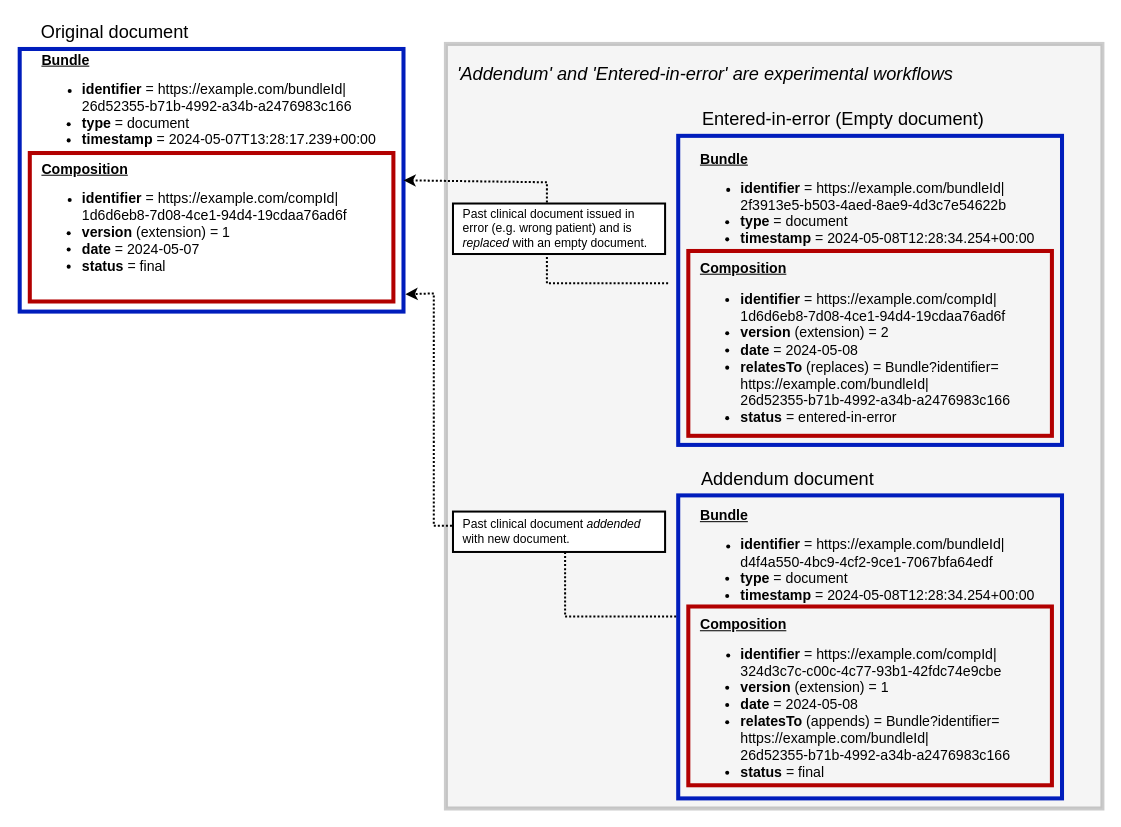
HL7/fhir-clinical-document keeps this draw.io diagram as page "sucessionMangement2" (3 of 3) of input/images/imagesRaw/FHIRclinicalDocs.drawio. Above is the earlier version. Source tidied: cells renumbered, new cells numbered last; positions are measured from the earlier drawing's top-left corner, leaving out a move shared by most shapes. Both pictures are drawn from the tidied source at 101%, with x=0, y=0 at pixel (19, 17).
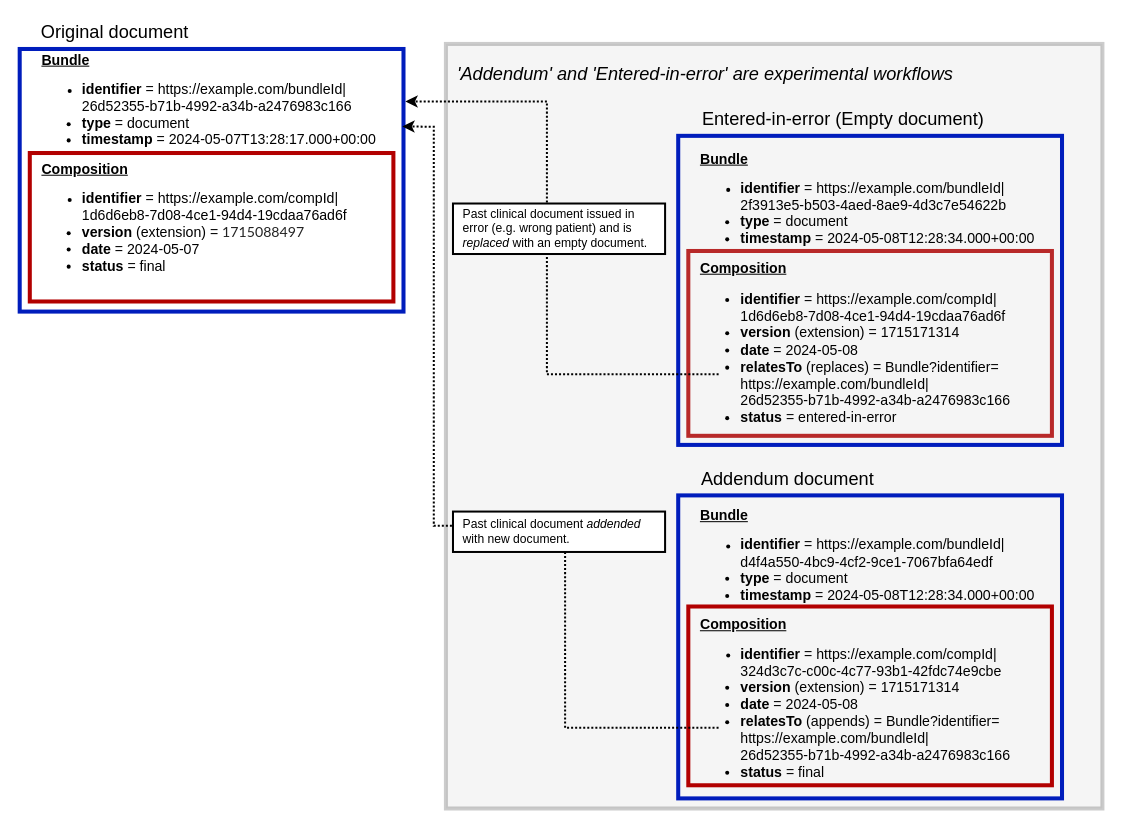
The same page after the edit.

The change refers to these unchanged cells:
```xml
<mxCell id="12" style="group;" parent="1" vertex="1">
  <mxGeometry width="390" height="293" as="geometry" />
</mxCell>
<mxCell id="13" style="rounded=0;whiteSpace=wrap;html=1;fillColor=none;strokeWidth=4;fontColor=#ffffff;strokeColor=#001DBC;" parent="12" vertex="1">
  <mxGeometry y="31" width="380" height="260" as="geometry" />
</mxCell>
```

The edit, as a diff of the source:
```diff
@@
+    <mxCell id="8" style="rounded=0;whiteSpace=wrap;html=1;fillColor=none;strokeWidth=4;fontColor=#ffffff;strokeColor=#B20000;" parent="1" vertex="1">
+      <mxGeometry x="662" y="231" width="360" height="183" as="geometry" />
+    </mxCell>
@@
-    <mxCell id="5" value="&lt;div&gt;&lt;b style=&quot;background-color: initial; font-size: 14px;&quot;&gt;&lt;u&gt;Bundle&lt;/u&gt;&lt;/b&gt;&lt;br&gt;&lt;/div&gt;&lt;div style=&quot;&quot;&gt;&lt;ul style=&quot;&quot;&gt;&lt;li style=&quot;&quot;&gt;&lt;font style=&quot;&quot;&gt;&lt;b style=&quot;font-size: 14px;&quot;&gt;identifier &lt;/b&gt;&lt;span style=&quot;font-size: 14px;&quot;&gt;= https://example.com/bundleId|&lt;/span&gt;&lt;br&gt;&lt;span style=&quot;font-size: 14px;&quot;&gt;d4f4a550-4bc9-4cf2-9ce1-7067bfa64edf&lt;/span&gt;&lt;br&gt;&lt;/font&gt;&lt;/li&gt;&lt;li style=&quot;font-size: 14px;&quot;&gt;&lt;font style=&quot;font-size: 14px;&quot;&gt;&lt;b&gt;type&lt;/b&gt; = document&lt;/font&gt;&lt;/li&gt;&lt;li style=&quot;font-size: 14px;&quot;&gt;&lt;font style=&quot;font-size: 14px;&quot;&gt;&lt;b&gt;timestamp &lt;/b&gt;=&amp;nbsp;&lt;/font&gt;2024-05-08T12:28:34.254+00:00&lt;/li&gt;&lt;/ul&gt;&lt;/div&gt;&lt;div style=&quot;font-size: 14px;&quot;&gt;&lt;b style=&quot;background-color: initial;&quot;&gt;&lt;u&gt;Composition&lt;/u&gt;&lt;/b&gt;&lt;br&gt;&lt;/div&gt;&lt;div style=&quot;&quot;&gt;&lt;ul style=&quot;&quot;&gt;&lt;li style=&quot;&quot;&gt;&lt;font style=&quot;&quot;&gt;&lt;b style=&quot;font-size: 14px;&quot;&gt;identifier&lt;/b&gt;&lt;span style=&quot;font-size: 14px;&quot;&gt; = https://example.com/compId|&lt;/span&gt;&lt;br&gt;&lt;span style=&quot;font-size: 14px;&quot;&gt;324d3c7c-c00c-4c77-93b1-42fdc74e9cbe&lt;/span&gt;&lt;br&gt;&lt;/font&gt;&lt;/li&gt;&lt;li style=&quot;font-size: 14px;&quot;&gt;&lt;font style=&quot;font-size: 14px;&quot;&gt;&lt;b&gt;version &lt;/b&gt;(extension) = 1&lt;/font&gt;&lt;/li&gt;&lt;li style=&quot;font-size: 14px;&quot;&gt;&lt;font style=&quot;font-size: 14px;&quot;&gt;&lt;b&gt;date &lt;/b&gt;= 2024-05-08&lt;/font&gt;&lt;/li&gt;&lt;li style=&quot;font-size: 14px;&quot;&gt;&lt;font style=&quot;font-size: 14px;&quot;&gt;&lt;b&gt;relatesTo &lt;/b&gt;(appends) = Bundle?identifier=&lt;br&gt;https://example.com/bundleId|&lt;br&gt;26d52355-b71b-4992-a34b-a2476983c166&lt;br&gt;&lt;/font&gt;&lt;/li&gt;&lt;li style=&quot;font-size: 14px;&quot;&gt;&lt;font style=&quot;font-size: 14px;&quot;&gt;&lt;b&gt;status &lt;/b&gt;= final&lt;/font&gt;&lt;/li&gt;&lt;/ul&gt;&lt;/div&gt;" style="text;html=1;align=left;verticalAlign=middle;points=[];strokeColor=none;fillColor=none;" parent="1" vertex="1">
+    <mxCell id="5" value="&lt;div&gt;&lt;b style=&quot;background-color: initial; font-size: 14px;&quot;&gt;&lt;u&gt;Bundle&lt;/u&gt;&lt;/b&gt;&lt;br&gt;&lt;/div&gt;&lt;div style=&quot;&quot;&gt;&lt;ul style=&quot;&quot;&gt;&lt;li style=&quot;&quot;&gt;&lt;font style=&quot;&quot;&gt;&lt;b style=&quot;font-size: 14px;&quot;&gt;identifier &lt;/b&gt;&lt;span style=&quot;font-size: 14px;&quot;&gt;= https://example.com/bundleId|&lt;/span&gt;&lt;br&gt;&lt;span style=&quot;font-size: 14px;&quot;&gt;d4f4a550-4bc9-4cf2-9ce1-7067bfa64edf&lt;/span&gt;&lt;br&gt;&lt;/font&gt;&lt;/li&gt;&lt;li style=&quot;font-size: 14px;&quot;&gt;&lt;font style=&quot;font-size: 14px;&quot;&gt;&lt;b&gt;type&lt;/b&gt; = document&lt;/font&gt;&lt;/li&gt;&lt;li style=&quot;font-size: 14px;&quot;&gt;&lt;font style=&quot;font-size: 14px;&quot;&gt;&lt;b&gt;timestamp &lt;/b&gt;=&amp;nbsp;&lt;/font&gt;2024-05-08T12:28:34.000+00:00&lt;/li&gt;&lt;/ul&gt;&lt;/div&gt;&lt;div style=&quot;font-size: 14px;&quot;&gt;&lt;b style=&quot;background-color: initial;&quot;&gt;&lt;u&gt;Composition&lt;/u&gt;&lt;/b&gt;&lt;br&gt;&lt;/div&gt;&lt;div style=&quot;&quot;&gt;&lt;ul style=&quot;&quot;&gt;&lt;li style=&quot;&quot;&gt;&lt;font style=&quot;&quot;&gt;&lt;b style=&quot;font-size: 14px;&quot;&gt;identifier&lt;/b&gt;&lt;span style=&quot;font-size: 14px;&quot;&gt; = https://example.com/compId|&lt;/span&gt;&lt;br&gt;&lt;span style=&quot;font-size: 14px;&quot;&gt;324d3c7c-c00c-4c77-93b1-42fdc74e9cbe&lt;/span&gt;&lt;br&gt;&lt;/font&gt;&lt;/li&gt;&lt;li style=&quot;font-size: 14px;&quot;&gt;&lt;font style=&quot;font-size: 14px;&quot;&gt;&lt;b&gt;version &lt;/b&gt;(extension) = 1715171314&lt;/font&gt;&lt;/li&gt;&lt;li style=&quot;font-size: 14px;&quot;&gt;&lt;font style=&quot;font-size: 14px;&quot;&gt;&lt;b&gt;date &lt;/b&gt;= 2024-05-08&lt;/font&gt;&lt;/li&gt;&lt;li style=&quot;font-size: 14px;&quot;&gt;&lt;font style=&quot;font-size: 14px;&quot;&gt;&lt;b&gt;relatesTo &lt;/b&gt;(appends) = Bundle?identifier=&lt;br&gt;https://example.com/bundleId|&lt;br&gt;26d52355-b71b-4992-a34b-a2476983c166&lt;br&gt;&lt;/font&gt;&lt;/li&gt;&lt;li style=&quot;font-size: 14px;&quot;&gt;&lt;font style=&quot;font-size: 14px;&quot;&gt;&lt;b&gt;status &lt;/b&gt;= final&lt;/font&gt;&lt;/li&gt;&lt;/ul&gt;&lt;/div&gt;" style="text;html=1;align=left;verticalAlign=middle;points=[];strokeColor=none;fillColor=none;" parent="1" vertex="1">
       <mxGeometry x="672" y="476" width="350" height="300" as="geometry" />
     </mxCell>
@@
-    <mxCell id="7" value="&lt;div&gt;&lt;b style=&quot;background-color: initial; font-size: 14px;&quot;&gt;&lt;u&gt;Bundle&lt;/u&gt;&lt;/b&gt;&lt;br&gt;&lt;/div&gt;&lt;div style=&quot;&quot;&gt;&lt;ul style=&quot;&quot;&gt;&lt;li style=&quot;&quot;&gt;&lt;font style=&quot;&quot;&gt;&lt;span style=&quot;font-size: 14px;&quot;&gt;&lt;b&gt;identifier &lt;/b&gt;= https://example.com/bundleId|&lt;/span&gt;&lt;br&gt;&lt;span style=&quot;font-size: 14px;&quot;&gt;2f3913e5-b503-4aed-8ae9-4d3c7e54622b&lt;/span&gt;&lt;br&gt;&lt;/font&gt;&lt;/li&gt;&lt;li style=&quot;font-size: 14px;&quot;&gt;&lt;font style=&quot;font-size: 14px;&quot;&gt;&lt;b&gt;type &lt;/b&gt;= document&lt;/font&gt;&lt;/li&gt;&lt;li style=&quot;font-size: 14px;&quot;&gt;&lt;font style=&quot;font-size: 14px;&quot;&gt;&lt;b&gt;timestamp &lt;/b&gt;=&amp;nbsp;&lt;/font&gt;2024-05-08T12:28:34.254+00:00&lt;/li&gt;&lt;/ul&gt;&lt;/div&gt;&lt;div style=&quot;font-size: 14px;&quot;&gt;&lt;b style=&quot;background-color: initial;&quot;&gt;&lt;u&gt;Composition&lt;/u&gt;&lt;/b&gt;&lt;br&gt;&lt;/div&gt;&lt;div style=&quot;font-size: 14px;&quot;&gt;&lt;ul style=&quot;&quot;&gt;&lt;li&gt;&lt;b&gt;identifier&amp;nbsp;&lt;/b&gt;= https://example.com/compId|&lt;br&gt;1d6d6eb8-7d08-4ce1-94d4-19cdaa76ad6f&lt;/li&gt;&lt;li&gt;&lt;b&gt;version&amp;nbsp;&lt;/b&gt;(extension) = 2&lt;/li&gt;&lt;li&gt;&lt;b&gt;date&amp;nbsp;&lt;/b&gt;= 2024-05-08&lt;/li&gt;&lt;li&gt;&lt;b&gt;relatesTo&amp;nbsp;&lt;/b&gt;(replaces) = Bundle?identifier=&lt;br&gt;https://example.com/bundleId|&lt;br&gt;26d52355-b71b-4992-a34b-a2476983c166&lt;/li&gt;&lt;li&gt;&lt;span style=&quot;background-color: initial;&quot;&gt;&lt;b&gt;status&amp;nbsp;&lt;/b&gt;=&amp;nbsp;&lt;/span&gt;entered-in-error&lt;/li&gt;&lt;/ul&gt;&lt;/div&gt;" style="text;html=1;align=left;verticalAlign=middle;strokeColor=none;fillColor=none;" parent="1" vertex="1">
+    <mxCell id="7" value="&lt;div&gt;&lt;b style=&quot;background-color: initial; font-size: 14px;&quot;&gt;&lt;u&gt;Bundle&lt;/u&gt;&lt;/b&gt;&lt;br&gt;&lt;/div&gt;&lt;div style=&quot;&quot;&gt;&lt;ul style=&quot;&quot;&gt;&lt;li style=&quot;&quot;&gt;&lt;font style=&quot;&quot;&gt;&lt;span style=&quot;font-size: 14px;&quot;&gt;&lt;b&gt;identifier &lt;/b&gt;= https://example.com/bundleId|&lt;/span&gt;&lt;br&gt;&lt;span style=&quot;font-size: 14px;&quot;&gt;2f3913e5-b503-4aed-8ae9-4d3c7e54622b&lt;/span&gt;&lt;br&gt;&lt;/font&gt;&lt;/li&gt;&lt;li style=&quot;font-size: 14px;&quot;&gt;&lt;font style=&quot;font-size: 14px;&quot;&gt;&lt;b&gt;type &lt;/b&gt;= document&lt;/font&gt;&lt;/li&gt;&lt;li style=&quot;font-size: 14px;&quot;&gt;&lt;font style=&quot;font-size: 14px;&quot;&gt;&lt;b&gt;timestamp &lt;/b&gt;=&amp;nbsp;&lt;/font&gt;2024-05-08T12:28:34.000+00:00&lt;/li&gt;&lt;/ul&gt;&lt;/div&gt;&lt;div style=&quot;font-size: 14px;&quot;&gt;&lt;b style=&quot;background-color: initial;&quot;&gt;&lt;u&gt;Composition&lt;/u&gt;&lt;/b&gt;&lt;br&gt;&lt;/div&gt;&lt;div style=&quot;font-size: 14px;&quot;&gt;&lt;ul style=&quot;&quot;&gt;&lt;li&gt;&lt;b&gt;identifier&amp;nbsp;&lt;/b&gt;= https://example.com/compId|&lt;br&gt;1d6d6eb8-7d08-4ce1-94d4-19cdaa76ad6f&lt;/li&gt;&lt;li&gt;&lt;b&gt;version&amp;nbsp;&lt;/b&gt;(extension) = 1715171314&lt;/li&gt;&lt;li&gt;&lt;b&gt;date&amp;nbsp;&lt;/b&gt;= 2024-05-08&lt;/li&gt;&lt;li&gt;&lt;b&gt;relatesTo&amp;nbsp;&lt;/b&gt;(replaces) = Bundle?identifier=&lt;br&gt;https://example.com/bundleId|&lt;br&gt;26d52355-b71b-4992-a34b-a2476983c166&lt;/li&gt;&lt;li&gt;&lt;span style=&quot;background-color: initial;&quot;&gt;&lt;b&gt;status&amp;nbsp;&lt;/b&gt;=&amp;nbsp;&lt;/span&gt;entered-in-error&lt;/li&gt;&lt;/ul&gt;&lt;/div&gt;" style="text;html=1;align=left;verticalAlign=middle;strokeColor=none;fillColor=none;" parent="1" vertex="1">
       <mxGeometry x="672" y="125" width="350" height="300" as="geometry" />
     </mxCell>
-    <mxCell id="8" style="rounded=0;whiteSpace=wrap;html=1;fillColor=none;strokeWidth=4;fontColor=#ffffff;strokeColor=#B20000;" parent="1" vertex="1">
-      <mxGeometry x="662" y="231" width="360" height="183" as="geometry" />
-    </mxCell>
@@
-    <mxCell id="15" value="&lt;div&gt;&lt;b style=&quot;background-color: initial; font-size: 14px;&quot;&gt;&lt;u&gt;Bundle&lt;/u&gt;&lt;/b&gt;&lt;br&gt;&lt;/div&gt;&lt;div style=&quot;&quot;&gt;&lt;ul style=&quot;&quot;&gt;&lt;li style=&quot;&quot;&gt;&lt;font style=&quot;&quot;&gt;&lt;span style=&quot;font-size: 14px;&quot;&gt;&lt;b&gt;identifier &lt;/b&gt;= https://example.com/bundleId|&lt;/span&gt;&lt;br&gt;&lt;span style=&quot;font-size: 14px;&quot;&gt;26d52355-b71b-4992-a34b-a2476983c166&lt;/span&gt;&lt;br&gt;&lt;/font&gt;&lt;/li&gt;&lt;li style=&quot;font-size: 14px;&quot;&gt;&lt;font style=&quot;font-size: 14px;&quot;&gt;&lt;b&gt;type&lt;/b&gt; = document&lt;/font&gt;&lt;/li&gt;&lt;li style=&quot;font-size: 14px;&quot;&gt;&lt;font style=&quot;font-size: 14px;&quot;&gt;&lt;b&gt;timestamp &lt;/b&gt;=&amp;nbsp;&lt;/font&gt;2024-05-07T13:28:17.239+00:00&lt;/li&gt;&lt;/ul&gt;&lt;/div&gt;&lt;div style=&quot;font-size: 14px;&quot;&gt;&lt;b style=&quot;background-color: initial;&quot;&gt;&lt;u&gt;Composition&lt;/u&gt;&lt;/b&gt;&lt;br&gt;&lt;/div&gt;&lt;div style=&quot;&quot;&gt;&lt;ul style=&quot;&quot;&gt;&lt;li style=&quot;&quot;&gt;&lt;font style=&quot;&quot;&gt;&lt;span style=&quot;font-size: 14px;&quot;&gt;&lt;b&gt;identifier&lt;/b&gt; = https://example.com/compId|&lt;/span&gt;&lt;br&gt;&lt;span style=&quot;font-size: 14px;&quot;&gt;1d6d6eb8-7d08-4ce1-94d4-19cdaa76ad6f&lt;/span&gt;&lt;br&gt;&lt;/font&gt;&lt;/li&gt;&lt;li style=&quot;font-size: 14px;&quot;&gt;&lt;font style=&quot;font-size: 14px;&quot;&gt;&lt;b&gt;version &lt;/b&gt;(extension) = 1&lt;/font&gt;&lt;/li&gt;&lt;li style=&quot;font-size: 14px;&quot;&gt;&lt;font style=&quot;font-size: 14px;&quot;&gt;&lt;b&gt;date&lt;/b&gt; = 2024-05-07&lt;/font&gt;&lt;/li&gt;&lt;li style=&quot;font-size: 14px;&quot;&gt;&lt;span style=&quot;background-color: initial;&quot;&gt;&lt;b&gt;status &lt;/b&gt;= final&lt;/span&gt;&lt;br&gt;&lt;/li&gt;&lt;/ul&gt;&lt;/div&gt;" style="text;html=1;align=left;verticalAlign=middle;strokeColor=none;fillColor=none;" parent="12" vertex="1">
+    <mxCell id="15" value="&lt;div&gt;&lt;b style=&quot;background-color: initial; font-size: 14px;&quot;&gt;&lt;u&gt;Bundle&lt;/u&gt;&lt;/b&gt;&lt;br&gt;&lt;/div&gt;&lt;div style=&quot;&quot;&gt;&lt;ul style=&quot;&quot;&gt;&lt;li style=&quot;&quot;&gt;&lt;font style=&quot;&quot;&gt;&lt;span style=&quot;font-size: 14px;&quot;&gt;&lt;b&gt;identifier &lt;/b&gt;= https://example.com/bundleId|&lt;/span&gt;&lt;br&gt;&lt;span style=&quot;font-size: 14px;&quot;&gt;26d52355-b71b-4992-a34b-a2476983c166&lt;/span&gt;&lt;br&gt;&lt;/font&gt;&lt;/li&gt;&lt;li style=&quot;font-size: 14px;&quot;&gt;&lt;font style=&quot;font-size: 14px;&quot;&gt;&lt;b&gt;type&lt;/b&gt; = document&lt;/font&gt;&lt;/li&gt;&lt;li style=&quot;font-size: 14px;&quot;&gt;&lt;font style=&quot;font-size: 14px;&quot;&gt;&lt;b&gt;timestamp &lt;/b&gt;=&amp;nbsp;&lt;/font&gt;2024-05-07T13:28:17.000+00:00&lt;/li&gt;&lt;/ul&gt;&lt;/div&gt;&lt;div style=&quot;font-size: 14px;&quot;&gt;&lt;b style=&quot;background-color: initial;&quot;&gt;&lt;u&gt;Composition&lt;/u&gt;&lt;/b&gt;&lt;br&gt;&lt;/div&gt;&lt;div style=&quot;&quot;&gt;&lt;ul style=&quot;&quot;&gt;&lt;li style=&quot;&quot;&gt;&lt;font style=&quot;&quot;&gt;&lt;span style=&quot;font-size: 14px;&quot;&gt;&lt;b&gt;identifier&lt;/b&gt; = https://example.com/compId|&lt;/span&gt;&lt;br&gt;&lt;span style=&quot;font-size: 14px;&quot;&gt;1d6d6eb8-7d08-4ce1-94d4-19cdaa76ad6f&lt;/span&gt;&lt;br&gt;&lt;/font&gt;&lt;/li&gt;&lt;li style=&quot;font-size: 14px;&quot;&gt;&lt;font style=&quot;font-size: 14px;&quot;&gt;&lt;b&gt;version &lt;/b&gt;(extension) =&amp;nbsp;&lt;/font&gt;&lt;span style=&quot;color: rgba(0, 0, 0, 0.87); font-family: Lato, &amp;quot;Helvetica Neue&amp;quot;, Arial, Helvetica, sans-serif; text-wrap: wrap; background-color: rgb(255, 255, 255);&quot;&gt;1715088497&lt;/span&gt;&lt;/li&gt;&lt;li style=&quot;font-size: 14px;&quot;&gt;&lt;font style=&quot;font-size: 14px;&quot;&gt;&lt;b&gt;date&lt;/b&gt; = 2024-05-07&lt;/font&gt;&lt;/li&gt;&lt;li style=&quot;font-size: 14px;&quot;&gt;&lt;span style=&quot;background-color: initial;&quot;&gt;&lt;b&gt;status &lt;/b&gt;= final&lt;/span&gt;&lt;br&gt;&lt;/li&gt;&lt;/ul&gt;&lt;/div&gt;" style="text;html=1;align=left;verticalAlign=middle;strokeColor=none;fillColor=none;" parent="12" vertex="1">
       <mxGeometry x="20" y="25" width="350" height="250" as="geometry" />
     </mxCell>
@@
-    <mxCell id="17" style="endArrow=classic;html=1;rounded=0;strokeWidth=2;dashed=1;dashPattern=1 1;exitX=1.005;exitY=0.934;exitDx=0;exitDy=0;exitPerimeter=0;entryX=1.005;entryY=0.934;entryDx=0;entryDy=0;entryPerimeter=0;" parent="1" edge="1" target="13">
+    <mxCell id="17" style="endArrow=classic;html=1;rounded=0;strokeWidth=2;dashed=1;dashPattern=1 1;exitX=0.057;exitY=0.757;exitDx=0;exitDy=0;exitPerimeter=0;entryX=0.997;entryY=0.295;entryDx=0;entryDy=0;entryPerimeter=0;" parent="1" edge="1" source="5" target="13">
       <mxGeometry relative="1" as="geometry">
-        <mxPoint x="650" y="593" as="sourcePoint" />
         <Array as="points">
-          <mxPoint x="610" y="593" />
-          <mxPoint x="580" y="593" />
-          <mxPoint x="540" y="593" />
+          <mxPoint x="602" y="703" />
+          <mxPoint x="540" y="703" />
           <mxPoint x="540" y="543" />
           <mxPoint x="540" y="503" />
           <mxPoint x="490" y="503" />
           <mxPoint x="410" y="503" />
           <mxPoint x="410" y="413" />
           <mxPoint x="410" y="373" />
           <mxPoint x="410" y="303" />
           <mxPoint x="410" y="273" />
+          <mxPoint x="410" y="108" />
         </Array>
       </mxGeometry>
     </mxCell>
@@
-    <mxCell id="19" style="endArrow=classic;html=1;rounded=0;strokeWidth=2;dashed=1;dashPattern=1 1;exitX=1;exitY=0.5;exitDx=0;exitDy=0;entryX=1;entryY=0.5;entryDx=0;entryDy=0;" parent="1" edge="1" target="13">
+    <mxCell id="19" style="endArrow=classic;html=1;rounded=0;strokeWidth=2;dashed=1;dashPattern=1 1;entryX=1.005;entryY=0.2;entryDx=0;entryDy=0;entryPerimeter=0;" parent="1" edge="1" target="13">
       <mxGeometry relative="1" as="geometry">
-        <mxPoint x="642" y="263" as="sourcePoint" />
+        <mxPoint x="692" y="353" as="sourcePoint" />
         <Array as="points">
-          <mxPoint x="522" y="263" />
-          <mxPoint x="522" y="163" />
+          <mxPoint x="522" y="353" />
+          <mxPoint x="522" y="83" />
         </Array>
       </mxGeometry>
     </mxCell>
```
